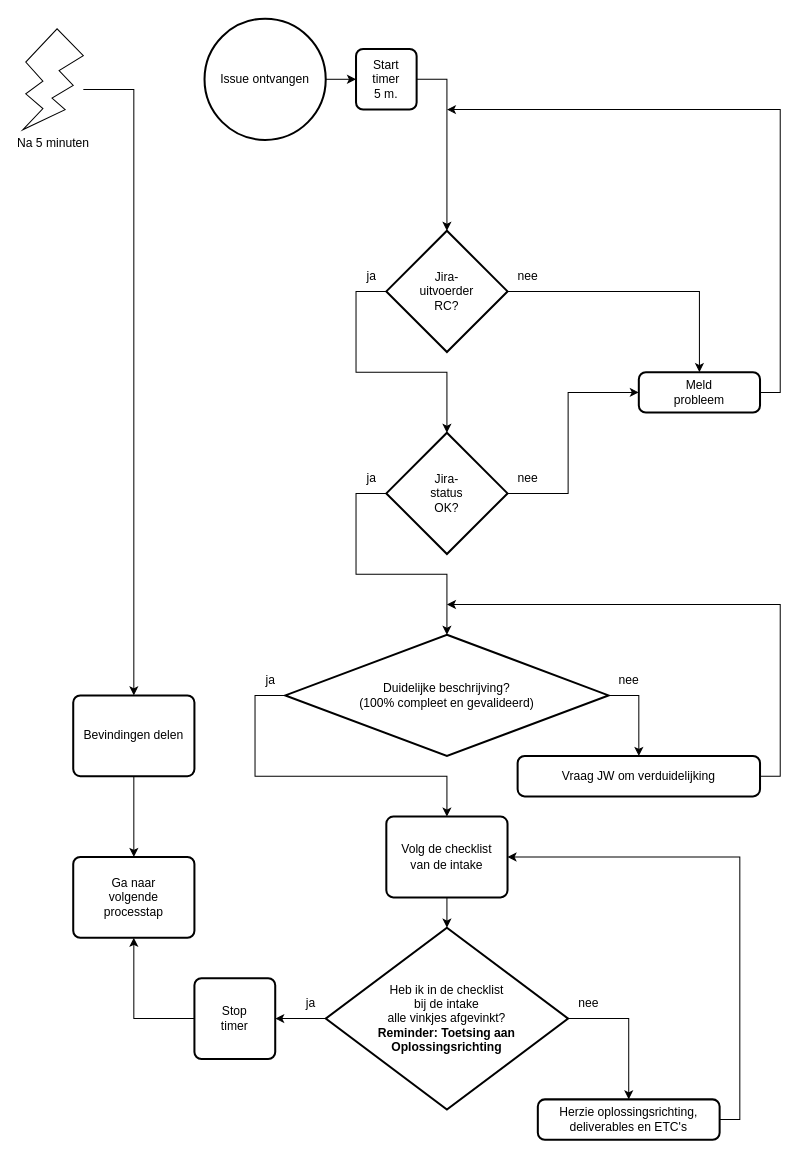
Zaibatsu89/IssueTracker keeps this draw.io diagram as 1 Issue Tracker intake.drawio. Above is the earlier version. Source tidied: cells renumbered, new cells numbered last; positions are measured from the earlier drawing's top-left corner, leaving out a move shared by most shapes. Both pictures are drawn from the tidied source at 101%, with x=0, y=0 at pixel (22, 18).
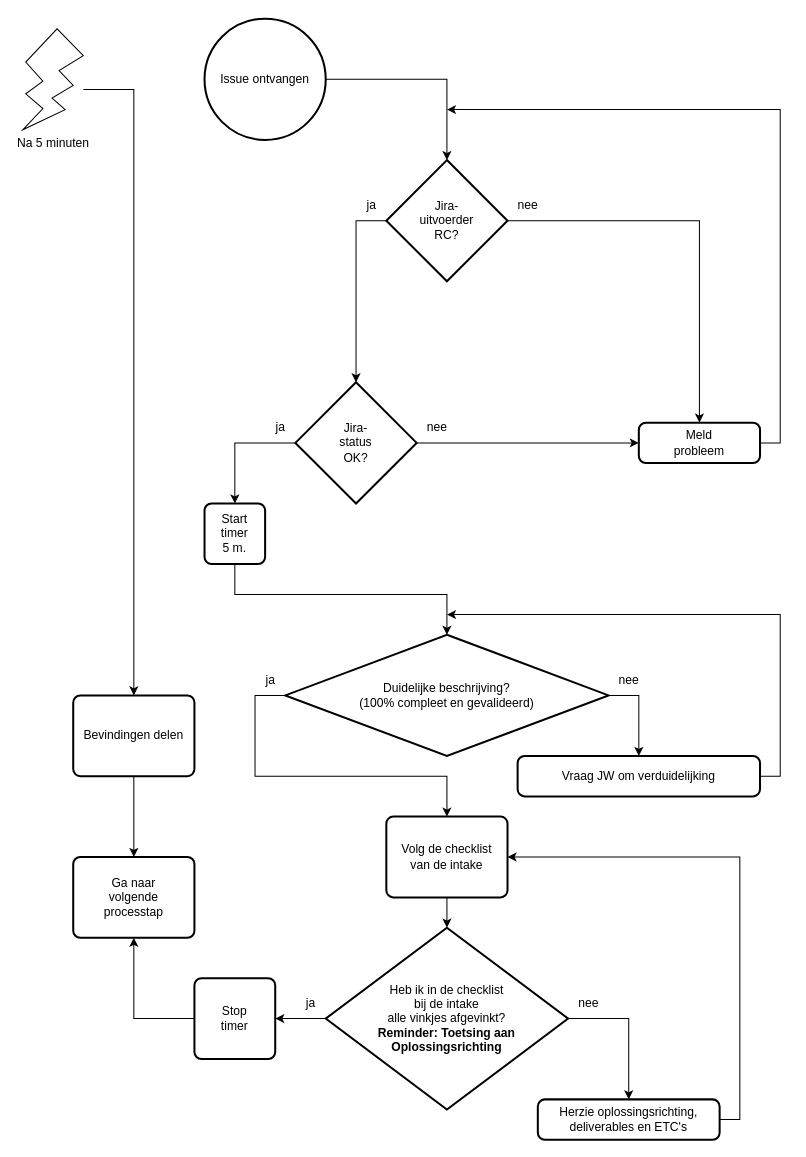
After the change.

Commit message:
Verplaats "Start timer 5 m." naar ja van "Jira-status OK?" in intake flowchart

The change refers to these unchanged cells:
```xml
<mxCell id="3" value="Issue ontvangen" style="strokeWidth=2;html=1;shape=mxgraph.flowchart.start_2;whiteSpace=wrap;" parent="1" vertex="1">
  <mxGeometry x="180" width="120" height="120" as="geometry" />
</mxCell>
<mxCell id="6" value="Duidelijke beschrijving?&lt;br&gt;(100% compleet en gevalideerd)" style="strokeWidth=2;html=1;shape=mxgraph.flowchart.decision;whiteSpace=wrap;" parent="1" vertex="1">
  <mxGeometry x="260" y="610" width="320" height="120" as="geometry" />
</mxCell>
<mxCell id="7" value="Vraag JW om verduidelijking" style="rounded=1;whiteSpace=wrap;html=1;absoluteArcSize=1;arcSize=14;strokeWidth=2;" parent="1" vertex="1">
  <mxGeometry x="490" y="730" width="240" height="40" as="geometry" />
</mxCell>
```

What changed in the source:
```diff
@@
-    <mxCell id="2" style="edgeStyle=orthogonalEdgeStyle;rounded=0;jettySize=auto;html=1;exitX=1;exitY=0.5;exitDx=0;exitDy=0;exitPerimeter=0;entryX=0;entryY=0.5;entryDx=0;entryDy=0;" parent="1" edge="1" source="3" target="31">
-      <mxGeometry relative="1" as="geometry" />
-    </mxCell>
@@
     <mxCell id="24" style="edgeStyle=orthogonalEdgeStyle;rounded=0;jettySize=auto;html=1;exitX=1;exitY=0.5;exitDx=0;exitDy=0;exitPerimeter=0;entryX=0;entryY=0.5;entryDx=0;entryDy=0;" parent="1" edge="1" source="25" target="27">
       <mxGeometry relative="1" as="geometry">
         <Array as="points">
-          <mxPoint x="540" y="470" />
-          <mxPoint x="540" y="370" />
+          <mxPoint x="570" y="420" />
+          <mxPoint x="570" y="420" />
         </Array>
       </mxGeometry>
     </mxCell>
+    <mxCell id="42" style="edgeStyle=orthogonalEdgeStyle;rounded=0;jettySize=auto;html=1;exitX=0;exitY=0.5;exitDx=0;exitDy=0;exitPerimeter=0;entryX=0.5;entryY=0;entryDx=0;entryDy=0;" parent="1" edge="1" source="25" target="31">
+      <mxGeometry relative="1" as="geometry" />
+    </mxCell>
     <mxCell id="25" value="Jira-&lt;br&gt;status&lt;br&gt;OK?" style="strokeWidth=2;html=1;shape=mxgraph.flowchart.decision;whiteSpace=wrap;" parent="1" vertex="1">
-      <mxGeometry x="360" y="410" width="120" height="120" as="geometry" />
+      <mxGeometry x="270" y="360" width="120" height="120" as="geometry" />
     </mxCell>
     <mxCell id="26" style="edgeStyle=orthogonalEdgeStyle;rounded=0;jettySize=auto;html=1;exitX=1;exitY=0.5;exitDx=0;exitDy=0;" parent="1" edge="1" source="27">
       <mxGeometry relative="1" as="geometry">
         <mxPoint x="420" y="90" as="targetPoint" />
         <Array as="points">
-          <mxPoint x="750" y="370" />
+          <mxPoint x="750" y="420" />
           <mxPoint x="750" y="90" />
         </Array>
       </mxGeometry>
     </mxCell>
     <mxCell id="27" value="Meld&lt;br&gt;probleem" style="rounded=1;whiteSpace=wrap;html=1;absoluteArcSize=1;arcSize=14;strokeWidth=2;" parent="1" vertex="1">
-      <mxGeometry x="610" y="350" width="120" height="40" as="geometry" />
+      <mxGeometry x="610" y="400" width="120" height="40" as="geometry" />
     </mxCell>
     <mxCell id="28" value="nee" style="text;html=1;align=center;verticalAlign=middle;strokeColor=none;fillColor=none;" parent="1" vertex="1">
-      <mxGeometry x="480" y="440" width="40" height="30" as="geometry" />
+      <mxGeometry x="390" y="390" width="40" height="30" as="geometry" />
     </mxCell>
-    <mxCell id="29" style="edgeStyle=orthogonalEdgeStyle;rounded=0;jettySize=auto;html=1;exitX=0;exitY=0.5;exitDx=0;exitDy=0;exitPerimeter=0;entryX=0.5;entryY=0;entryDx=0;entryDy=0;entryPerimeter=0;" parent="1" edge="1" source="25" target="6">
-      <mxGeometry relative="1" as="geometry">
-        <Array as="points">
-          <mxPoint x="330" y="470" />
-          <mxPoint x="330" y="550" />
-          <mxPoint x="420" y="550" />
-        </Array>
-      </mxGeometry>
-    </mxCell>
     <mxCell id="30" value="ja" style="text;html=1;align=center;verticalAlign=middle;strokeColor=none;fillColor=none;" parent="1" vertex="1">
-      <mxGeometry x="330" y="440" width="30" height="30" as="geometry" />
+      <mxGeometry x="240" y="390" width="30" height="30" as="geometry" />
     </mxCell>
     <mxCell id="31" value="Start&lt;br&gt;timer&lt;br&gt;5 m." style="rounded=1;whiteSpace=wrap;html=1;absoluteArcSize=1;arcSize=14;strokeWidth=2;" parent="1" vertex="1">
-      <mxGeometry x="330" y="30" width="60" height="60" as="geometry" />
+      <mxGeometry x="180" y="480" width="60" height="60" as="geometry" />
     </mxCell>
@@
     <mxCell id="33" style="edgeStyle=orthogonalEdgeStyle;rounded=0;jettySize=auto;html=1;exitX=1;exitY=0.5;exitDx=0;exitDy=0;exitPerimeter=0;entryX=0.5;entryY=0;entryDx=0;entryDy=0;" parent="1" edge="1" source="34" target="27">
       <mxGeometry relative="1" as="geometry">
         <Array as="points">
-          <mxPoint x="670" y="270" />
+          <mxPoint x="670" y="200" />
         </Array>
       </mxGeometry>
     </mxCell>
     <mxCell id="34" value="Jira-&lt;br&gt;uitvoerder&lt;br&gt;RC?" style="strokeWidth=2;html=1;shape=mxgraph.flowchart.decision;whiteSpace=wrap;" parent="1" vertex="1">
-      <mxGeometry x="360" y="210" width="120" height="120" as="geometry" />
+      <mxGeometry x="360" y="140" width="120" height="120" as="geometry" />
     </mxCell>
-    <mxCell id="35" style="edgeStyle=orthogonalEdgeStyle;rounded=0;jettySize=auto;html=1;exitX=1;exitY=0.5;exitDx=0;exitDy=0;entryX=0.5;entryY=0;entryDx=0;entryDy=0;entryPerimeter=0;" parent="1" edge="1" source="31" target="34">
-      <mxGeometry relative="1" as="geometry" />
-    </mxCell>
-    <mxCell id="36" style="edgeStyle=orthogonalEdgeStyle;rounded=0;jettySize=auto;html=1;exitX=0;exitY=0.5;exitDx=0;exitDy=0;exitPerimeter=0;entryX=0.5;entryY=0;entryDx=0;entryDy=0;entryPerimeter=0;" parent="1" edge="1" source="34" target="25">
-      <mxGeometry relative="1" as="geometry">
-        <Array as="points">
-          <mxPoint x="330" y="270" />
-          <mxPoint x="330" y="350" />
-          <mxPoint x="420" y="350" />
-        </Array>
-      </mxGeometry>
-    </mxCell>
     <mxCell id="37" value="ja" style="text;html=1;align=center;verticalAlign=middle;strokeColor=none;fillColor=none;" parent="1" vertex="1">
-      <mxGeometry x="330" y="240" width="30" height="30" as="geometry" />
+      <mxGeometry x="330" y="170" width="30" height="30" as="geometry" />
     </mxCell>
     <mxCell id="38" value="nee" style="text;html=1;align=center;verticalAlign=middle;strokeColor=none;fillColor=none;" parent="1" vertex="1">
-      <mxGeometry x="480" y="240" width="40" height="30" as="geometry" />
+      <mxGeometry x="480" y="170" width="40" height="30" as="geometry" />
     </mxCell>
     <mxCell id="39" style="edgeStyle=orthogonalEdgeStyle;rounded=0;jettySize=auto;html=1;exitX=1;exitY=0.5;exitDx=0;exitDy=0;" parent="1" edge="1" source="7">
       <mxGeometry relative="1" as="geometry">
-        <mxPoint x="420" y="580" as="targetPoint" />
+        <mxPoint x="420" y="590" as="targetPoint" />
         <Array as="points">
           <mxPoint x="750" y="750" />
-          <mxPoint x="750" y="580" />
-          <mxPoint x="420" y="580" />
+          <mxPoint x="750" y="590" />
+          <mxPoint x="420" y="590" />
         </Array>
       </mxGeometry>
     </mxCell>
@@
+    <mxCell id="43" style="edgeStyle=orthogonalEdgeStyle;rounded=0;jettySize=auto;html=1;exitX=1;exitY=0.5;exitDx=0;exitDy=0;exitPerimeter=0;entryX=0.5;entryY=0;entryDx=0;entryDy=0;entryPerimeter=0;" parent="1" edge="1" source="3" target="34">
+      <mxGeometry relative="1" as="geometry" />
+    </mxCell>
+    <mxCell id="36" style="edgeStyle=orthogonalEdgeStyle;rounded=0;jettySize=auto;html=1;exitX=0;exitY=0.5;exitDx=0;exitDy=0;exitPerimeter=0;entryX=0.5;entryY=0;entryDx=0;entryDy=0;entryPerimeter=0;" parent="1" edge="1" source="34" target="25">
+      <mxGeometry relative="1" as="geometry" />
+    </mxCell>
+    <mxCell id="44" style="edgeStyle=orthogonalEdgeStyle;rounded=0;jettySize=auto;html=1;exitX=0.5;exitY=1;exitDx=0;exitDy=0;entryX=0.5;entryY=0;entryDx=0;entryDy=0;entryPerimeter=0;" parent="1" edge="1" source="31" target="6">
+      <mxGeometry relative="1" as="geometry">
+        <Array as="points">
+          <mxPoint x="210" y="570" />
+          <mxPoint x="420" y="570" />
+        </Array>
+      </mxGeometry>
+    </mxCell>
```
